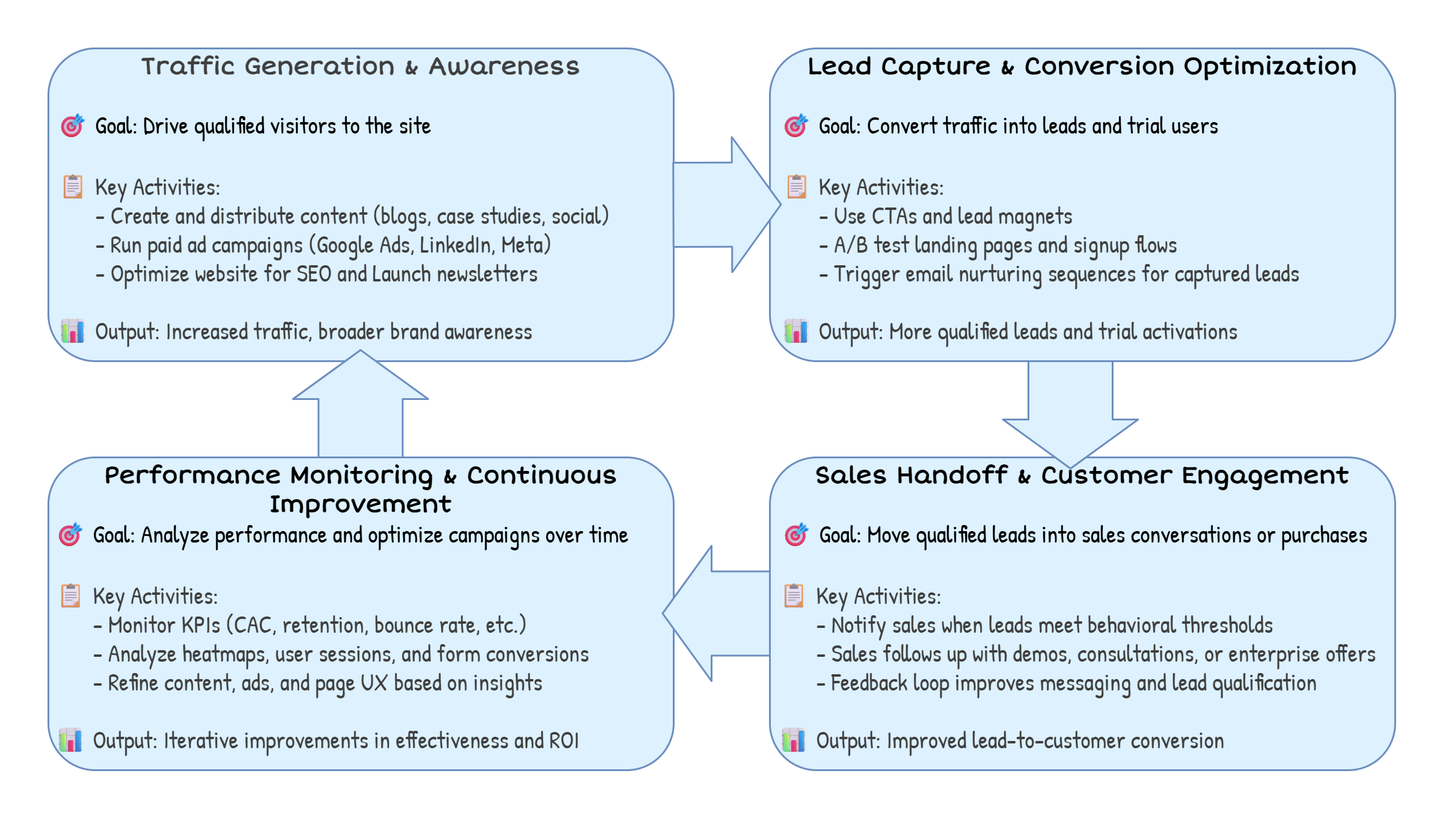
Earlier version of the draw.io export chapter-05/figure-5.4.drawio.png (software-architecture-guild/modeling-software-architecture). Source tidied: cells renumbered, new cells last; positions are measured from the earlier drawing's top-left corner, leaving out a move shared by most shapes. Source of this version:
```xml
<mxGraphModel background="#ffffff">
  <root>
    <mxCell id="0" />
    <mxCell id="1" parent="0" />
    <mxCell id="2" style="rounded=0;whiteSpace=wrap;html=1;strokeColor=none;strokeWidth=3;fontStyle=1;fillColor=default;fontColor=#494949;" parent="1" vertex="1">
      <mxGeometry width="2400" height="1360" as="geometry" />
    </mxCell>
    <mxCell id="3" value="&lt;div&gt;&lt;b style=&quot;color: rgb(63, 63, 63); background-color: transparent;&quot;&gt;Traffic Generation &amp;amp; Awareness&lt;/b&gt;&lt;/div&gt;&lt;div&gt;&lt;b&gt;&lt;br&gt;&lt;/b&gt;&lt;/div&gt;&lt;div&gt;&lt;div style=&quot;text-align: left;&quot;&gt;&lt;font face=&quot;Patrick Hand&quot;&gt;🎯 Goal:&amp;nbsp;&lt;/font&gt;&lt;span style=&quot;background-color: transparent; font-family: &amp;quot;Patrick Hand&amp;quot;;&quot;&gt;Drive qualified visitors to the site&lt;/span&gt;&lt;/div&gt;&lt;/div&gt;&lt;div style=&quot;text-align: left;&quot;&gt;&lt;span style=&quot;color: rgb(63, 63, 63); font-family: &amp;quot;Patrick Hand&amp;quot;; background-color: transparent;&quot;&gt;&lt;br&gt;&lt;/span&gt;&lt;/div&gt;&lt;div style=&quot;text-align: left;&quot;&gt;&lt;span style=&quot;background-color: transparent; color: rgb(63, 63, 63);&quot;&gt;&lt;font style=&quot;&quot; face=&quot;Patrick Hand&quot;&gt;&lt;div style=&quot;color: light-dark(rgb(63, 63, 63), rgb(183, 183, 183));&quot;&gt;📋 Key Activities:&lt;/div&gt;&lt;div style=&quot;color: light-dark(rgb(63, 63, 63), rgb(183, 183, 183));&quot;&gt;&lt;div&gt;&amp;nbsp; &amp;nbsp; &amp;nbsp; &amp;nbsp;- Create and distribute content (blogs, case studies, social)&amp;nbsp; &amp;nbsp; &amp;nbsp; &amp;nbsp; &amp;nbsp;&amp;nbsp;&lt;/div&gt;&lt;div&gt;&amp;nbsp; &amp;nbsp; &amp;nbsp; &amp;nbsp;- Run paid ad campaigns (Google Ads, LinkedIn, Meta)&lt;/div&gt;&lt;div&gt;&amp;nbsp; &amp;nbsp; &amp;nbsp; &amp;nbsp;- Optimize website for SEO and&amp;nbsp;&lt;span style=&quot;color: rgb(63, 63, 63); background-color: transparent;&quot;&gt;Launch newsletters&lt;/span&gt;&lt;/div&gt;&lt;/div&gt;&lt;div style=&quot;color: light-dark(rgb(63, 63, 63), rgb(183, 183, 183));&quot;&gt;&lt;br&gt;&lt;/div&gt;&lt;div style=&quot;&quot;&gt;&lt;div style=&quot;&quot;&gt;📊 Output:&amp;nbsp;&lt;span style=&quot;color: rgb(63, 63, 63); background-color: transparent;&quot;&gt;Increased traffic, broader brand awareness&lt;/span&gt;&lt;/div&gt;&lt;/div&gt;&lt;/font&gt;&lt;/span&gt;&lt;/div&gt;" style="rounded=1;whiteSpace=wrap;html=1;strokeWidth=3;fontFamily=Short Stack;fontSource=https%3A%2F%2Ffonts.googleapis.com%2Fcss%3Ffamily%3DShort%2BStack;fontSize=40;strokeColor=#6c8ebf;fillColor=#DDF1FE;verticalAlign=top;" parent="1" vertex="1">
      <mxGeometry x="80" y="80" width="1040" height="520" as="geometry" />
    </mxCell>
    <mxCell id="4" style="shape=flexArrow;endArrow=classic;html=1;fontFamily=Short Stack;fontSource=https%3A%2F%2Ffonts.googleapis.com%2Fcss%3Ffamily%3DShort%2BStack;fontSize=40;fontColor=default;fillColor=#DDF1FE;strokeColor=#6c8ebf;endWidth=81.9047619047619;endSize=26.172413793103452;width=137.93103448275863;strokeWidth=3;" parent="1" edge="1">
      <mxGeometry relative="1" as="geometry">
        <mxPoint x="599.2" y="820" as="sourcePoint" />
        <mxPoint x="599.2" y="580" as="targetPoint" />
      </mxGeometry>
    </mxCell>
    <mxCell id="5" value="&lt;div&gt;&lt;b&gt;Performance Monitoring &amp;amp; Continuous Improvement&lt;/b&gt;&lt;/div&gt;&lt;div&gt;&lt;div style=&quot;text-align: left;&quot;&gt;&lt;font face=&quot;Patrick Hand&quot;&gt;&amp;nbsp;🎯 Goal:&amp;nbsp;&lt;/font&gt;&lt;span style=&quot;background-color: transparent; text-align: center;&quot;&gt;&lt;font face=&quot;Patrick Hand&quot;&gt;Analyze performance and optimize campaigns over time&lt;/font&gt;&lt;/span&gt;&lt;/div&gt;&lt;/div&gt;&lt;div style=&quot;text-align: left;&quot;&gt;&lt;span style=&quot;color: rgb(63, 63, 63); font-family: &amp;quot;Patrick Hand&amp;quot;; background-color: transparent;&quot;&gt;&lt;br&gt;&lt;/span&gt;&lt;/div&gt;&lt;div style=&quot;text-align: left;&quot;&gt;&lt;span style=&quot;background-color: transparent; color: rgb(63, 63, 63);&quot;&gt;&lt;font style=&quot;&quot; face=&quot;Patrick Hand&quot;&gt;&lt;div style=&quot;color: light-dark(rgb(63, 63, 63), rgb(183, 183, 183));&quot;&gt;&amp;nbsp;📋 Key Activities:&lt;/div&gt;&lt;div style=&quot;color: light-dark(rgb(63, 63, 63), rgb(183, 183, 183));&quot;&gt;&amp;nbsp; &amp;nbsp; &amp;nbsp; &amp;nbsp; - Monitor KPIs (CAC, retention, bounce rate, etc.)&lt;/div&gt;&lt;div style=&quot;color: light-dark(rgb(63, 63, 63), rgb(183, 183, 183));&quot;&gt;&amp;nbsp; &amp;nbsp; &amp;nbsp; &amp;nbsp; - Analyze heatmaps, user sessions, and form conversions&lt;/div&gt;&lt;div style=&quot;color: light-dark(rgb(63, 63, 63), rgb(183, 183, 183));&quot;&gt;&amp;nbsp; &amp;nbsp; &amp;nbsp; &amp;nbsp; - Refine content, ads, and page UX based on insights&lt;/div&gt;&lt;div style=&quot;color: light-dark(rgb(63, 63, 63), rgb(183, 183, 183));&quot;&gt;&lt;br&gt;&lt;/div&gt;&lt;div style=&quot;&quot;&gt;&lt;div style=&quot;&quot;&gt;&amp;nbsp;📊 Output:&amp;nbsp;&lt;span style=&quot;color: rgb(63, 63, 63); background-color: transparent;&quot;&gt;Iterative improvements in effectiveness and ROI&lt;/span&gt;&lt;/div&gt;&lt;/div&gt;&lt;/font&gt;&lt;/span&gt;&lt;/div&gt;" style="rounded=1;whiteSpace=wrap;html=1;strokeWidth=3;fontFamily=Short Stack;fontSource=https%3A%2F%2Ffonts.googleapis.com%2Fcss%3Ffamily%3DShort%2BStack;fontSize=40;strokeColor=#6c8ebf;fillColor=#DDF1FE;verticalAlign=top;" parent="1" vertex="1">
      <mxGeometry x="80" y="760" width="1040" height="520" as="geometry" />
    </mxCell>
    <mxCell id="6" style="shape=flexArrow;endArrow=classic;html=1;fontFamily=Short Stack;fontSource=https%3A%2F%2Ffonts.googleapis.com%2Fcss%3Ffamily%3DShort%2BStack;fontSize=40;fontColor=default;fillColor=#DDF1FE;strokeColor=#6c8ebf;endWidth=81.9047619047619;endSize=26.172413793103452;width=137.93103448275863;strokeWidth=3;" parent="1" edge="1">
      <mxGeometry relative="1" as="geometry">
        <mxPoint x="1340" y="1019.4" as="sourcePoint" />
        <mxPoint x="1100" y="1019.4" as="targetPoint" />
      </mxGeometry>
    </mxCell>
    <mxCell id="7" value="&lt;div&gt;&lt;b&gt;Sales Handoff &amp;amp; Customer Engagement&lt;/b&gt;&lt;/div&gt;&lt;div&gt;&lt;b&gt;&lt;br&gt;&lt;/b&gt;&lt;/div&gt;&lt;div&gt;&lt;div style=&quot;text-align: center;&quot;&gt;&lt;font face=&quot;Patrick Hand&quot;&gt;🎯 Goal:&amp;nbsp;&lt;/font&gt;&lt;span style=&quot;background-color: transparent; text-align: center;&quot;&gt;&lt;font face=&quot;Patrick Hand&quot;&gt;Move qualified leads into sales conversations or purchases&amp;nbsp; &amp;nbsp;&lt;/font&gt;&lt;/span&gt;&lt;/div&gt;&lt;/div&gt;&lt;div style=&quot;text-align: left;&quot;&gt;&lt;span style=&quot;color: rgb(63, 63, 63); font-family: &amp;quot;Patrick Hand&amp;quot;; background-color: transparent;&quot;&gt;&lt;br&gt;&lt;/span&gt;&lt;/div&gt;&lt;div style=&quot;text-align: left;&quot;&gt;&lt;span style=&quot;background-color: transparent; color: rgb(63, 63, 63);&quot;&gt;&lt;font face=&quot;Patrick Hand&quot;&gt;&lt;div style=&quot;&quot;&gt;📋 Key Activities:&lt;/div&gt;&lt;div style=&quot;&quot;&gt;&amp;nbsp; &amp;nbsp; &amp;nbsp; &amp;nbsp;- Notify sales when leads meet behavioral thresholds&lt;/div&gt;&lt;div style=&quot;&quot;&gt;&amp;nbsp; &amp;nbsp; &amp;nbsp; &amp;nbsp;- Sales follows up with demos, consultations, or enterprise offers&amp;nbsp;&amp;nbsp;&lt;/div&gt;&lt;div style=&quot;&quot;&gt;&amp;nbsp; &amp;nbsp; &amp;nbsp; &amp;nbsp;- Feedback loop improves messaging and lead qualification&lt;/div&gt;&lt;div style=&quot;&quot;&gt;&lt;br&gt;&lt;/div&gt;&lt;div style=&quot;&quot;&gt;&lt;div&gt;📊 Output:&amp;nbsp;&lt;span style=&quot;color: rgb(63, 63, 63); background-color: transparent;&quot;&gt;Improved lead-to-customer conversion&lt;/span&gt;&lt;/div&gt;&lt;/div&gt;&lt;/font&gt;&lt;/span&gt;&lt;/div&gt;" style="rounded=1;whiteSpace=wrap;html=1;strokeWidth=3;fontFamily=Short Stack;fontSource=https%3A%2F%2Ffonts.googleapis.com%2Fcss%3Ffamily%3DShort%2BStack;fontSize=40;strokeColor=#6c8ebf;fillColor=#DDF1FE;verticalAlign=top;" parent="1" vertex="1">
      <mxGeometry x="1280" y="760" width="1040" height="520" as="geometry" />
    </mxCell>
    <mxCell id="8" style="shape=flexArrow;endArrow=classic;html=1;fontFamily=Short Stack;fontSource=https%3A%2F%2Ffonts.googleapis.com%2Fcss%3Ffamily%3DShort%2BStack;fontSize=40;fontColor=default;fillColor=#DDF1FE;strokeColor=#6c8ebf;endWidth=81.9047619047619;endSize=26.172413793103452;width=137.93103448275863;strokeWidth=3;" parent="1" edge="1">
      <mxGeometry relative="1" as="geometry">
        <mxPoint x="1780" y="540" as="sourcePoint" />
        <mxPoint x="1780" y="780" as="targetPoint" />
      </mxGeometry>
    </mxCell>
    <mxCell id="9" value="&lt;div&gt;&lt;b&gt;Lead Capture &amp;amp; Conversion Optimization&lt;/b&gt;&lt;/div&gt;&lt;div&gt;&lt;b&gt;&lt;br&gt;&lt;/b&gt;&lt;/div&gt;&lt;div&gt;&lt;div style=&quot;text-align: left;&quot;&gt;&lt;font face=&quot;Patrick Hand&quot;&gt;🎯 Goal:&amp;nbsp;&lt;/font&gt;&lt;span style=&quot;background-color: transparent; text-align: center;&quot;&gt;&lt;font face=&quot;Patrick Hand&quot;&gt;Convert traffic into leads and trial users&amp;nbsp; &amp;nbsp; &amp;nbsp; &amp;nbsp; &amp;nbsp; &amp;nbsp; &amp;nbsp; &amp;nbsp; &amp;nbsp; &amp;nbsp; &amp;nbsp; &amp;nbsp; &amp;nbsp; &amp;nbsp; &amp;nbsp;&amp;nbsp;&lt;/font&gt;&lt;/span&gt;&lt;/div&gt;&lt;/div&gt;&lt;div style=&quot;text-align: left;&quot;&gt;&lt;span style=&quot;color: rgb(63, 63, 63); font-family: &amp;quot;Patrick Hand&amp;quot;; background-color: transparent;&quot;&gt;&lt;br&gt;&lt;/span&gt;&lt;/div&gt;&lt;div style=&quot;text-align: left;&quot;&gt;&lt;span style=&quot;background-color: transparent; color: rgb(63, 63, 63);&quot;&gt;&lt;font face=&quot;Patrick Hand&quot;&gt;&lt;div style=&quot;&quot;&gt;📋 Key Activities:&lt;/div&gt;&lt;div style=&quot;&quot;&gt;&amp;nbsp; &amp;nbsp; &amp;nbsp; &amp;nbsp;- Use CTAs and lead magnets&lt;/div&gt;&lt;div style=&quot;&quot;&gt;&amp;nbsp; &amp;nbsp; &amp;nbsp; &amp;nbsp;- A/B test landing pages and signup flows&lt;/div&gt;&lt;div style=&quot;&quot;&gt;&amp;nbsp; &amp;nbsp; &amp;nbsp; &amp;nbsp;- Trigger email nurturing sequences for captured leads&lt;/div&gt;&lt;div style=&quot;&quot;&gt;&lt;br&gt;&lt;/div&gt;&lt;div style=&quot;&quot;&gt;&lt;div&gt;📊 Output:&amp;nbsp;&lt;span style=&quot;color: rgb(63, 63, 63); background-color: transparent;&quot;&gt;More qualified leads and trial activations&lt;/span&gt;&lt;/div&gt;&lt;/div&gt;&lt;/font&gt;&lt;/span&gt;&lt;/div&gt;" style="rounded=1;whiteSpace=wrap;html=1;strokeWidth=3;fontFamily=Short Stack;fontSource=https%3A%2F%2Ffonts.googleapis.com%2Fcss%3Ffamily%3DShort%2BStack;fontSize=40;strokeColor=#6c8ebf;fillColor=#DDF1FE;verticalAlign=top;" parent="1" vertex="1">
      <mxGeometry x="1280" y="80" width="1040" height="520" as="geometry" />
    </mxCell>
    <mxCell id="10" style="shape=flexArrow;endArrow=classic;html=1;fontFamily=Short Stack;fontSource=https%3A%2F%2Ffonts.googleapis.com%2Fcss%3Ffamily%3DShort%2BStack;fontSize=40;fontColor=default;fillColor=#DDF1FE;strokeColor=#6c8ebf;endWidth=81.9047619047619;endSize=26.172413793103452;width=137.93103448275863;strokeWidth=3;" parent="1" edge="1">
      <mxGeometry relative="1" as="geometry">
        <mxPoint x="1118" y="340" as="sourcePoint" />
        <mxPoint x="1300" y="339.4" as="targetPoint" />
      </mxGeometry>
    </mxCell>
  </root>
</mxGraphModel>
```
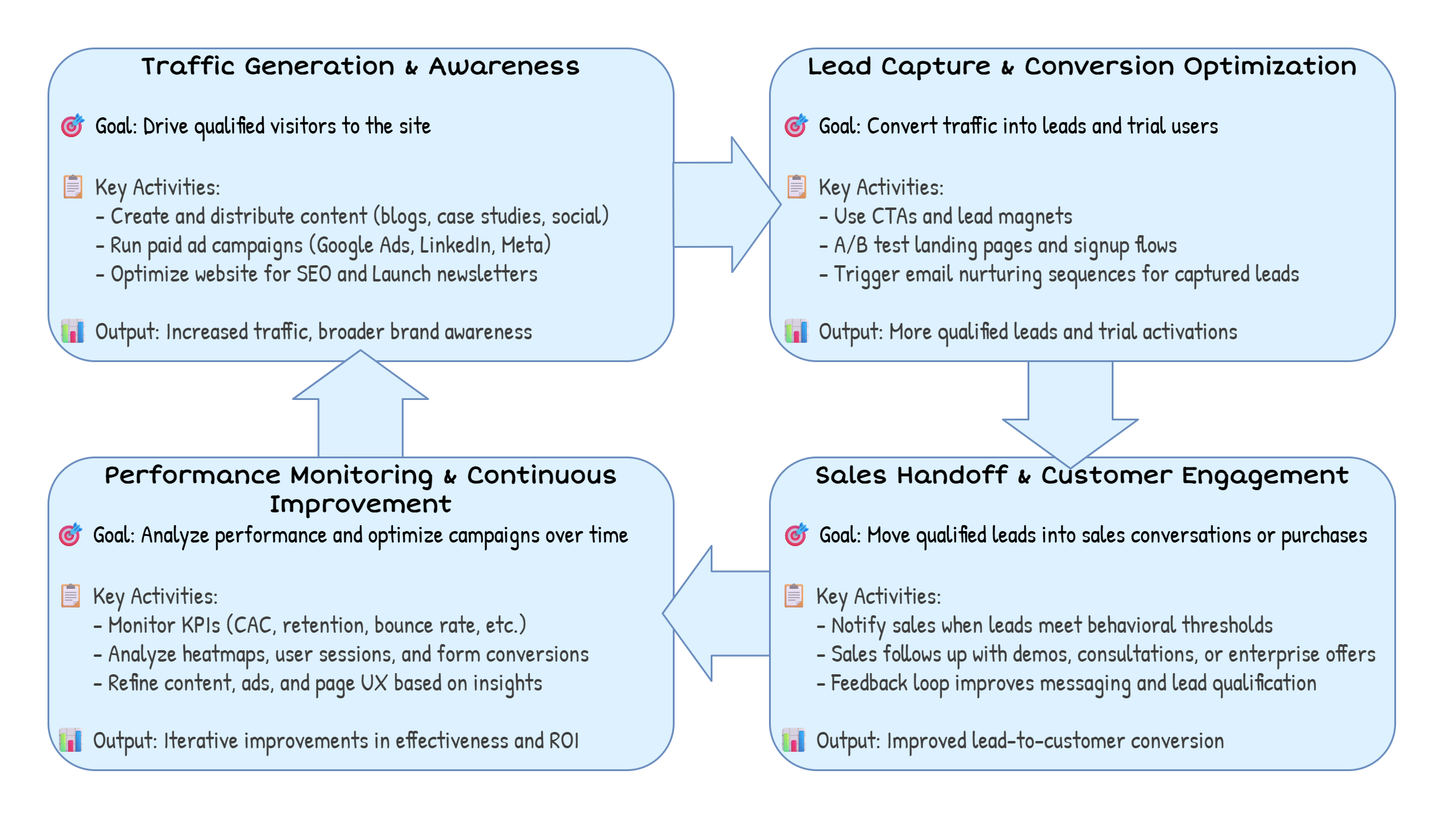
After the change.

Commit message:
chapter 5 images. little adjustments

Diff of the diagram source:
```diff
@@ -5,7 +5,7 @@
     <mxCell id="2" style="rounded=0;whiteSpace=wrap;html=1;strokeColor=none;strokeWidth=3;fontStyle=1;fillColor=default;fontColor=#494949;" parent="1" vertex="1">
       <mxGeometry width="2400" height="1360" as="geometry" />
     </mxCell>
-    <mxCell id="3" value="&lt;div&gt;&lt;b style=&quot;color: rgb(63, 63, 63); background-color: transparent;&quot;&gt;Traffic Generation &amp;amp; Awareness&lt;/b&gt;&lt;/div&gt;&lt;div&gt;&lt;b&gt;&lt;br&gt;&lt;/b&gt;&lt;/div&gt;&lt;div&gt;&lt;div style=&quot;text-align: left;&quot;&gt;&lt;font face=&quot;Patrick Hand&quot;&gt;🎯 Goal:&amp;nbsp;&lt;/font&gt;&lt;span style=&quot;background-color: transparent; font-family: &amp;quot;Patrick Hand&amp;quot;;&quot;&gt;Drive qualified visitors to the site&lt;/span&gt;&lt;/div&gt;&lt;/div&gt;&lt;div style=&quot;text-align: left;&quot;&gt;&lt;span style=&quot;color: rgb(63, 63, 63); font-family: &amp;quot;Patrick Hand&amp;quot;; background-color: transparent;&quot;&gt;&lt;br&gt;&lt;/span&gt;&lt;/div&gt;&lt;div style=&quot;text-align: left;&quot;&gt;&lt;span style=&quot;background-color: transparent; color: rgb(63, 63, 63);&quot;&gt;&lt;font style=&quot;&quot; face=&quot;Patrick Hand&quot;&gt;&lt;div style=&quot;color: light-dark(rgb(63, 63, 63), rgb(183, 183, 183));&quot;&gt;📋 Key Activities:&lt;/div&gt;&lt;div style=&quot;color: light-dark(rgb(63, 63, 63), rgb(183, 183, 183));&quot;&gt;&lt;div&gt;&amp;nbsp; &amp;nbsp; &amp;nbsp; &amp;nbsp;- Create and distribute content (blogs, case studies, social)&amp;nbsp; &amp;nbsp; &amp;nbsp; &amp;nbsp; &amp;nbsp;&amp;nbsp;&lt;/div&gt;&lt;div&gt;&amp;nbsp; &amp;nbsp; &amp;nbsp; &amp;nbsp;- Run paid ad campaigns (Google Ads, LinkedIn, Meta)&lt;/div&gt;&lt;div&gt;&amp;nbsp; &amp;nbsp; &amp;nbsp; &amp;nbsp;- Optimize website for SEO and&amp;nbsp;&lt;span style=&quot;color: rgb(63, 63, 63); background-color: transparent;&quot;&gt;Launch newsletters&lt;/span&gt;&lt;/div&gt;&lt;/div&gt;&lt;div style=&quot;color: light-dark(rgb(63, 63, 63), rgb(183, 183, 183));&quot;&gt;&lt;br&gt;&lt;/div&gt;&lt;div style=&quot;&quot;&gt;&lt;div style=&quot;&quot;&gt;📊 Output:&amp;nbsp;&lt;span style=&quot;color: rgb(63, 63, 63); background-color: transparent;&quot;&gt;Increased traffic, broader brand awareness&lt;/span&gt;&lt;/div&gt;&lt;/div&gt;&lt;/font&gt;&lt;/span&gt;&lt;/div&gt;" style="rounded=1;whiteSpace=wrap;html=1;strokeWidth=3;fontFamily=Short Stack;fontSource=https%3A%2F%2Ffonts.googleapis.com%2Fcss%3Ffamily%3DShort%2BStack;fontSize=40;strokeColor=#6c8ebf;fillColor=#DDF1FE;verticalAlign=top;" parent="1" vertex="1">
+    <mxCell id="3" value="&lt;div&gt;&lt;b style=&quot;background-color: transparent;&quot;&gt;&lt;font style=&quot;color: rgb(0, 0, 0);&quot;&gt;Traffic Generation &amp;amp; Awareness&lt;/font&gt;&lt;/b&gt;&lt;/div&gt;&lt;div&gt;&lt;b&gt;&lt;br&gt;&lt;/b&gt;&lt;/div&gt;&lt;div&gt;&lt;div style=&quot;text-align: left;&quot;&gt;&lt;font face=&quot;Patrick Hand&quot;&gt;🎯 Goal:&amp;nbsp;&lt;/font&gt;&lt;span style=&quot;background-color: transparent; font-family: &amp;quot;Patrick Hand&amp;quot;;&quot;&gt;Drive qualified visitors to the site&lt;/span&gt;&lt;/div&gt;&lt;/div&gt;&lt;div style=&quot;text-align: left;&quot;&gt;&lt;span style=&quot;color: rgb(63, 63, 63); font-family: &amp;quot;Patrick Hand&amp;quot;; background-color: transparent;&quot;&gt;&lt;br&gt;&lt;/span&gt;&lt;/div&gt;&lt;div style=&quot;text-align: left;&quot;&gt;&lt;span style=&quot;background-color: transparent; color: rgb(63, 63, 63);&quot;&gt;&lt;font style=&quot;&quot; face=&quot;Patrick Hand&quot;&gt;&lt;div style=&quot;color: light-dark(rgb(63, 63, 63), rgb(183, 183, 183));&quot;&gt;📋 Key Activities:&lt;/div&gt;&lt;div style=&quot;color: light-dark(rgb(63, 63, 63), rgb(183, 183, 183));&quot;&gt;&lt;div&gt;&amp;nbsp; &amp;nbsp; &amp;nbsp; &amp;nbsp;- Create and distribute content (blogs, case studies, social)&amp;nbsp; &amp;nbsp; &amp;nbsp; &amp;nbsp; &amp;nbsp;&amp;nbsp;&lt;/div&gt;&lt;div&gt;&amp;nbsp; &amp;nbsp; &amp;nbsp; &amp;nbsp;- Run paid ad campaigns (Google Ads, LinkedIn, Meta)&lt;/div&gt;&lt;div&gt;&amp;nbsp; &amp;nbsp; &amp;nbsp; &amp;nbsp;- Optimize website for SEO and&amp;nbsp;&lt;span style=&quot;color: rgb(63, 63, 63); background-color: transparent;&quot;&gt;Launch newsletters&lt;/span&gt;&lt;/div&gt;&lt;/div&gt;&lt;div style=&quot;color: light-dark(rgb(63, 63, 63), rgb(183, 183, 183));&quot;&gt;&lt;br&gt;&lt;/div&gt;&lt;div style=&quot;&quot;&gt;&lt;div style=&quot;&quot;&gt;📊 Output:&amp;nbsp;&lt;span style=&quot;color: rgb(63, 63, 63); background-color: transparent;&quot;&gt;Increased traffic, broader brand awareness&lt;/span&gt;&lt;/div&gt;&lt;/div&gt;&lt;/font&gt;&lt;/span&gt;&lt;/div&gt;" style="rounded=1;whiteSpace=wrap;html=1;strokeWidth=3;fontFamily=Short Stack;fontSource=https%3A%2F%2Ffonts.googleapis.com%2Fcss%3Ffamily%3DShort%2BStack;fontSize=40;strokeColor=#6c8ebf;fillColor=#DDF1FE;verticalAlign=top;" parent="1" vertex="1">
       <mxGeometry x="80" y="80" width="1040" height="520" as="geometry" />
     </mxCell>
     <mxCell id="4" style="shape=flexArrow;endArrow=classic;html=1;fontFamily=Short Stack;fontSource=https%3A%2F%2Ffonts.googleapis.com%2Fcss%3Ffamily%3DShort%2BStack;fontSize=40;fontColor=default;fillColor=#DDF1FE;strokeColor=#6c8ebf;endWidth=81.9047619047619;endSize=26.172413793103452;width=137.93103448275863;strokeWidth=3;" parent="1" edge="1">
```
